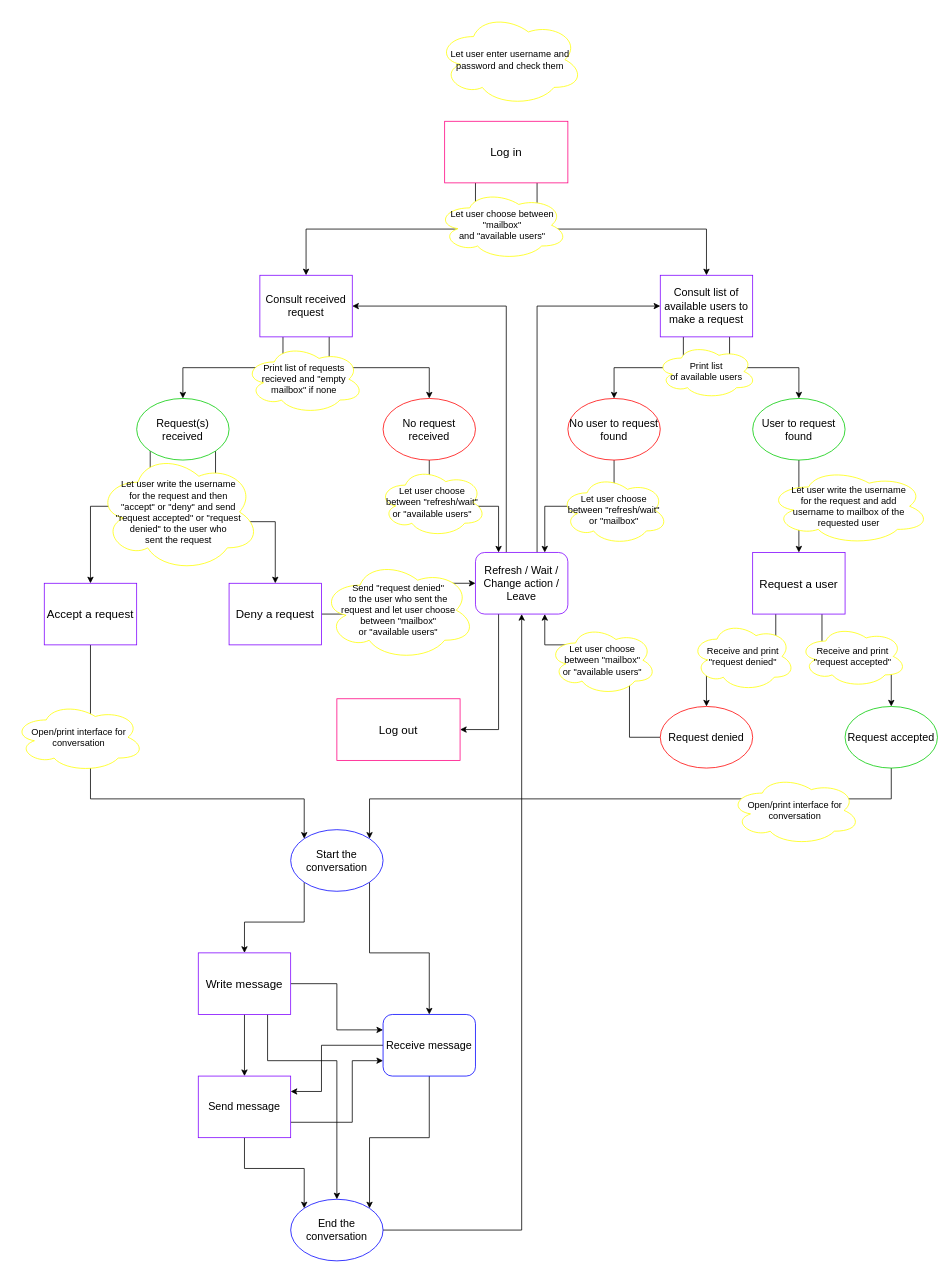
Before: diagrams/User.drawio in sinagh72/FOC, a draw.io diagram. Source tidied: cells renumbered, new cells numbered last; positions are measured from the earlier drawing's top-left corner, leaving out a move shared by most shapes. Both pictures are drawn from the tidied source at 77%, with x=0, y=0 at pixel (13, 13).
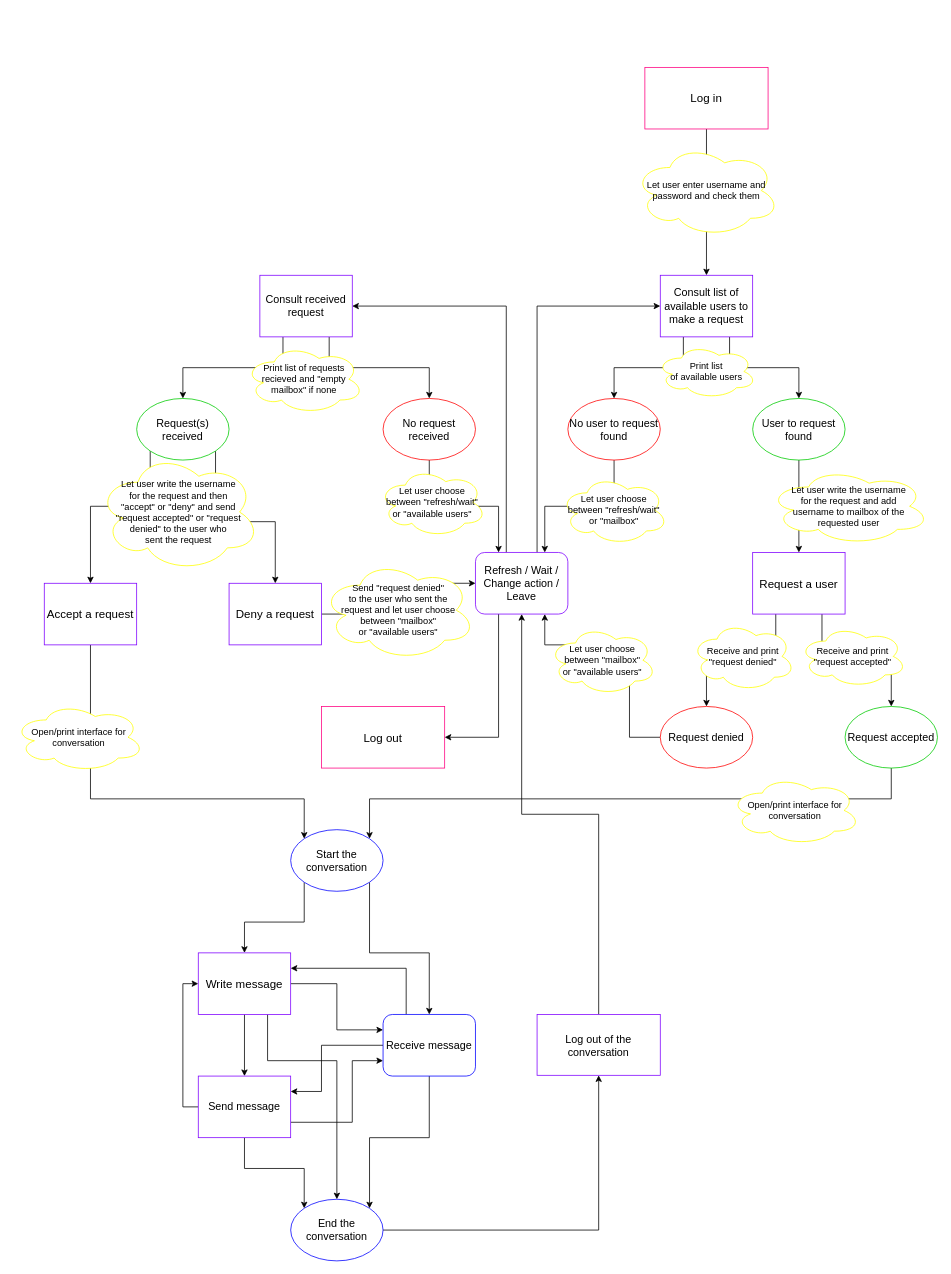
The same page after the edit.

Unchanged cells that the change refers to:
```xml
<mxCell id="8" value="&lt;font style=&quot;font-size: 14px&quot;&gt;Consult list of available users to make a request&lt;/font&gt;" style="rounded=0;whiteSpace=wrap;html=1;strokeColor=#7F00FF;" parent="1" vertex="1">
  <mxGeometry x="840" y="340" width="120" height="80" as="geometry" />
</mxCell>
<mxCell id="11" value="&lt;font style=&quot;font-size: 14px&quot;&gt;Consult received request&lt;/font&gt;" style="rounded=0;whiteSpace=wrap;html=1;strokeColor=#7F00FF;" parent="1" vertex="1">
  <mxGeometry x="320" y="340" width="120" height="80" as="geometry" />
</mxCell>
<mxCell id="22" value="&lt;font style=&quot;font-size: 15px&quot;&gt;Write message&lt;br&gt;&lt;/font&gt;" style="rounded=0;whiteSpace=wrap;html=1;strokeColor=#7F00FF;" parent="1" vertex="1">
  <mxGeometry x="240" y="1220" width="120" height="80" as="geometry" />
</mxCell>
<mxCell id="25" value="&lt;font style=&quot;font-size: 14px&quot;&gt;Send message&lt;/font&gt;" style="rounded=0;whiteSpace=wrap;html=1;strokeColor=#7F00FF;" parent="1" vertex="1">
  <mxGeometry x="240" y="1380" width="120" height="80" as="geometry" />
</mxCell>
<mxCell id="38" value="&lt;div&gt;&lt;font style=&quot;font-size: 14px&quot;&gt;Refresh / Wait / Change action /&lt;/font&gt;&lt;/div&gt;&lt;div&gt;&lt;font style=&quot;font-size: 14px&quot;&gt;Leave&lt;br&gt;&lt;/font&gt;&lt;/div&gt;" style="rounded=1;whiteSpace=wrap;html=1;strokeColor=#7F00FF;" parent="1" vertex="1">
  <mxGeometry x="600" y="700" width="120" height="80" as="geometry" />
</mxCell>
<mxCell id="47" value="&lt;font style=&quot;font-size: 14px&quot;&gt;End the conversation&lt;/font&gt;" style="ellipse;whiteSpace=wrap;html=1;strokeColor=#0000FF;" parent="1" vertex="1">
  <mxGeometry x="360" y="1540" width="120" height="80" as="geometry" />
</mxCell>
<mxCell id="50" value="&lt;font style=&quot;font-size: 14px&quot;&gt;Receive message&lt;/font&gt;" style="rounded=1;whiteSpace=wrap;html=1;strokeColor=#0000FF;" parent="1" vertex="1">
  <mxGeometry x="480" y="1300" width="120" height="80" as="geometry" />
</mxCell>
```

Diff of the diagram source:
```diff
@@
-    <mxCell id="2" style="edgeStyle=orthogonalEdgeStyle;rounded=0;jettySize=auto;html=1;entryX=0.5;entryY=0;entryDx=0;entryDy=0;exitX=0.25;exitY=1;exitDx=0;exitDy=0;" parent="1" edge="1" source="4" target="11">
-      <mxGeometry relative="1" as="geometry" />
-    </mxCell>
-    <mxCell id="3" style="edgeStyle=orthogonalEdgeStyle;rounded=0;jettySize=auto;html=1;entryX=0.5;entryY=0;entryDx=0;entryDy=0;exitX=0.75;exitY=1;exitDx=0;exitDy=0;" parent="1" edge="1" source="4" target="8">
+    <mxCell id="3" style="edgeStyle=orthogonalEdgeStyle;rounded=0;jettySize=auto;html=1;exitX=0.5;exitY=1;exitDx=0;exitDy=0;entryX=0.5;entryY=0;entryDx=0;entryDy=0;" parent="1" edge="1" source="4" target="8">
       <mxGeometry relative="1" as="geometry" />
     </mxCell>
     <mxCell id="4" value="&lt;font style=&quot;font-size: 15px&quot;&gt;Log in&lt;/font&gt;" style="rounded=0;whiteSpace=wrap;html=1;strokeColor=#FF0080;" parent="1" vertex="1">
-      <mxGeometry x="560" y="140" width="160" height="80" as="geometry" />
+      <mxGeometry x="820" y="70" width="160" height="80" as="geometry" />
     </mxCell>
     <mxCell id="5" value="&lt;font style=&quot;font-size: 15px&quot;&gt;Log out&lt;/font&gt;" style="rounded=0;whiteSpace=wrap;html=1;strokeColor=#FF0080;" parent="1" vertex="1">
-      <mxGeometry x="420" y="890" width="160" height="80" as="geometry" />
+      <mxGeometry x="400" y="900" width="160" height="80" as="geometry" />
     </mxCell>
@@
+    <mxCell id="65" style="edgeStyle=orthogonalEdgeStyle;rounded=0;jettySize=auto;html=1;entryX=0;entryY=0.5;entryDx=0;entryDy=0;exitX=0;exitY=0.5;exitDx=0;exitDy=0;" parent="1" edge="1" source="25" target="22">
+      <mxGeometry relative="1" as="geometry" />
+    </mxCell>
@@
-    <mxCell id="46" style="edgeStyle=orthogonalEdgeStyle;rounded=0;jettySize=auto;html=1;" parent="1" edge="1" source="47" target="38">
+    <mxCell id="46" style="edgeStyle=orthogonalEdgeStyle;rounded=0;jettySize=auto;html=1;entryX=0.5;entryY=1;entryDx=0;entryDy=0;" parent="1" edge="1" source="47" target="68">
       <mxGeometry relative="1" as="geometry" />
     </mxCell>
@@
+    <mxCell id="66" style="edgeStyle=orthogonalEdgeStyle;rounded=0;jettySize=auto;html=1;exitX=0.25;exitY=0;exitDx=0;exitDy=0;entryX=1;entryY=0.25;entryDx=0;entryDy=0;" parent="1" edge="1" source="50" target="22">
+      <mxGeometry relative="1" as="geometry" />
+    </mxCell>
@@
-    <mxCell id="52" value="&lt;div&gt;&lt;font style=&quot;font-size: 12px&quot;&gt;Let user choose between &quot;mailbox&quot; &lt;br&gt;&lt;/font&gt;&lt;/div&gt;&lt;div&gt;&lt;font style=&quot;font-size: 12px&quot;&gt;and &quot;available users&quot;&lt;br&gt;&lt;/font&gt;&lt;/div&gt;" style="ellipse;shape=cloud;whiteSpace=wrap;html=1;strokeColor=#FFFF00;" parent="1" vertex="1">
-      <mxGeometry x="550" y="230" width="170" height="90" as="geometry" />
-    </mxCell>
@@
     <mxCell id="64" value="Let user enter username and password and check them" style="ellipse;shape=cloud;whiteSpace=wrap;html=1;strokeColor=#FFFF00;" parent="1" vertex="1">
-      <mxGeometry x="550" width="190" height="120" as="geometry" />
+      <mxGeometry x="805" y="170" width="190" height="120" as="geometry" />
     </mxCell>
+    <mxCell id="67" style="edgeStyle=orthogonalEdgeStyle;rounded=0;jettySize=auto;html=1;entryX=0.5;entryY=1;entryDx=0;entryDy=0;" parent="1" edge="1" source="68" target="38">
+      <mxGeometry relative="1" as="geometry" />
+    </mxCell>
+    <mxCell id="68" value="&lt;font style=&quot;font-size: 14px&quot;&gt;Log out of the conversation&lt;/font&gt;" style="rounded=0;whiteSpace=wrap;html=1;strokeColor=#7F00FF;" parent="1" vertex="1">
+      <mxGeometry x="680" y="1300" width="160" height="79" as="geometry" />
+    </mxCell>
```
